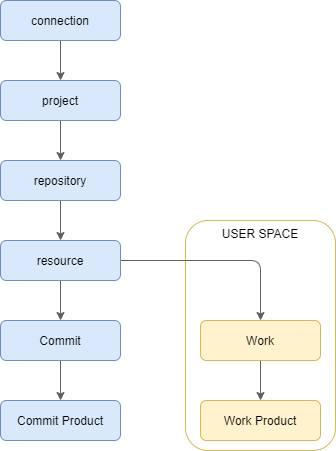
dddjef/pulse keeps this draw.io diagram as docs/pulse_objects.png. Above is the earlier version. Source tidied: cells renumbered, new cells last; positions are measured from the earlier drawing's top-left corner, leaving out a move shared by most shapes. Source of this version:
```xml
<mxGraphModel>
  <root>
    <mxCell id="0" />
    <mxCell id="1" parent="0" />
    <mxCell id="2" value="USER SPACE" style="rounded=1;whiteSpace=wrap;html=1;verticalAlign=top;fillColor=#ffffff;strokeColor=#d6b656;" parent="1" vertex="1">
      <mxGeometry x="185" y="220" width="150" height="230" as="geometry" />
    </mxCell>
    <mxCell id="3" style="edgeStyle=orthogonalEdgeStyle;rounded=1;jettySize=auto;html=1;fillColor=#dae8fc;strokeColor=#606061;" parent="1" edge="1" source="4" target="6">
      <mxGeometry relative="1" as="geometry" />
    </mxCell>
    <mxCell id="4" value="connection" style="rounded=1;whiteSpace=wrap;html=1;fillColor=#dae8fc;strokeColor=#6c8ebf;" parent="1" vertex="1">
      <mxGeometry width="120" height="40" as="geometry" />
    </mxCell>
    <mxCell id="5" style="edgeStyle=orthogonalEdgeStyle;rounded=1;jettySize=auto;html=1;fillColor=#dae8fc;strokeColor=#606061;" parent="1" edge="1" source="6" target="8">
      <mxGeometry relative="1" as="geometry" />
    </mxCell>
    <mxCell id="6" value="project" style="rounded=1;whiteSpace=wrap;html=1;fillColor=#dae8fc;strokeColor=#6c8ebf;" parent="1" vertex="1">
      <mxGeometry y="80" width="120" height="40" as="geometry" />
    </mxCell>
    <mxCell id="7" style="edgeStyle=orthogonalEdgeStyle;rounded=1;jettySize=auto;html=1;fillColor=#dae8fc;strokeColor=#606061;" parent="1" edge="1" source="8" target="11">
      <mxGeometry relative="1" as="geometry" />
    </mxCell>
    <mxCell id="8" value="repository" style="rounded=1;whiteSpace=wrap;html=1;fillColor=#dae8fc;strokeColor=#6c8ebf;" parent="1" vertex="1">
      <mxGeometry y="160" width="120" height="40" as="geometry" />
    </mxCell>
    <mxCell id="9" style="edgeStyle=orthogonalEdgeStyle;rounded=1;jettySize=auto;html=1;fillColor=#dae8fc;strokeColor=#606061;" parent="1" edge="1" source="11" target="13">
      <mxGeometry relative="1" as="geometry" />
    </mxCell>
    <mxCell id="10" style="edgeStyle=orthogonalEdgeStyle;rounded=1;jettySize=auto;html=1;fillColor=#dae8fc;strokeColor=#606061;" parent="1" edge="1" source="11" target="15">
      <mxGeometry relative="1" as="geometry" />
    </mxCell>
    <mxCell id="11" value="resource" style="rounded=1;whiteSpace=wrap;html=1;fillColor=#dae8fc;strokeColor=#6c8ebf;" parent="1" vertex="1">
      <mxGeometry y="240" width="120" height="40" as="geometry" />
    </mxCell>
    <mxCell id="12" style="edgeStyle=orthogonalEdgeStyle;rounded=1;jettySize=auto;html=1;fillColor=#dae8fc;strokeColor=#606061;" parent="1" edge="1" source="13" target="17">
      <mxGeometry relative="1" as="geometry" />
    </mxCell>
    <mxCell id="13" value="Commit" style="rounded=1;whiteSpace=wrap;html=1;fillColor=#dae8fc;strokeColor=#6c8ebf;" parent="1" vertex="1">
      <mxGeometry y="320" width="120" height="40" as="geometry" />
    </mxCell>
    <mxCell id="14" style="edgeStyle=orthogonalEdgeStyle;rounded=1;jettySize=auto;html=1;fillColor=#fff2cc;strokeColor=#606061;" parent="1" edge="1" source="15" target="16">
      <mxGeometry relative="1" as="geometry" />
    </mxCell>
    <mxCell id="15" value="Work" style="rounded=1;whiteSpace=wrap;html=1;fillColor=#fff2cc;strokeColor=#d6b656;" parent="1" vertex="1">
      <mxGeometry x="200" y="320" width="120" height="40" as="geometry" />
    </mxCell>
    <mxCell id="16" value="Work Product" style="rounded=1;whiteSpace=wrap;html=1;fillColor=#fff2cc;strokeColor=#d6b656;" parent="1" vertex="1">
      <mxGeometry x="200" y="400" width="120" height="40" as="geometry" />
    </mxCell>
    <mxCell id="17" value="Commit Product" style="rounded=1;whiteSpace=wrap;html=1;fillColor=#dae8fc;strokeColor=#6c8ebf;" parent="1" vertex="1">
      <mxGeometry y="400" width="120" height="40" as="geometry" />
    </mxCell>
  </root>
</mxGraphModel>
```
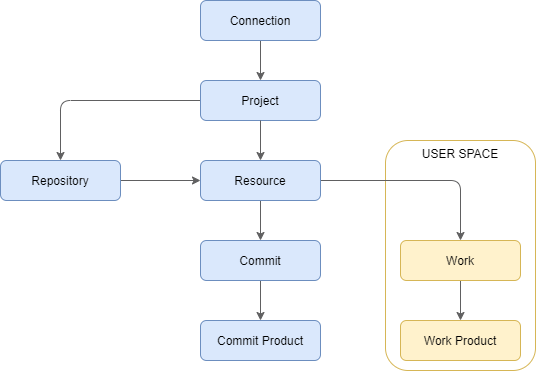
The same diagram one commit later.

The edit, as a diff of the source:
```diff
@@ -8,20 +8,23 @@
     <mxCell id="3" style="edgeStyle=orthogonalEdgeStyle;rounded=1;jettySize=auto;html=1;fillColor=#dae8fc;strokeColor=#606061;" parent="1" edge="1" source="4" target="6">
       <mxGeometry relative="1" as="geometry" />
     </mxCell>
-    <mxCell id="4" value="connection" style="rounded=1;whiteSpace=wrap;html=1;fillColor=#dae8fc;strokeColor=#6c8ebf;" parent="1" vertex="1">
-      <mxGeometry width="120" height="40" as="geometry" />
+    <mxCell id="4" value="Connection" style="rounded=1;whiteSpace=wrap;html=1;fillColor=#dae8fc;strokeColor=#6c8ebf;" parent="1" vertex="1">
+      <mxGeometry y="80" width="120" height="40" as="geometry" />
     </mxCell>
     <mxCell id="5" style="edgeStyle=orthogonalEdgeStyle;rounded=1;jettySize=auto;html=1;fillColor=#dae8fc;strokeColor=#606061;" parent="1" edge="1" source="6" target="8">
       <mxGeometry relative="1" as="geometry" />
     </mxCell>
-    <mxCell id="6" value="project" style="rounded=1;whiteSpace=wrap;html=1;fillColor=#dae8fc;strokeColor=#6c8ebf;" parent="1" vertex="1">
-      <mxGeometry y="80" width="120" height="40" as="geometry" />
+    <mxCell id="6" value="Project" style="rounded=1;whiteSpace=wrap;html=1;fillColor=#dae8fc;strokeColor=#6c8ebf;" parent="1" vertex="1">
+      <mxGeometry y="160" width="120" height="40" as="geometry" />
     </mxCell>
-    <mxCell id="7" style="edgeStyle=orthogonalEdgeStyle;rounded=1;jettySize=auto;html=1;fillColor=#dae8fc;strokeColor=#606061;" parent="1" edge="1" source="8" target="11">
+    <mxCell id="7" style="edgeStyle=orthogonalEdgeStyle;rounded=1;jettySize=auto;html=1;fillColor=#dae8fc;strokeColor=#606061;" parent="1" edge="1" source="6" target="11">
       <mxGeometry relative="1" as="geometry" />
     </mxCell>
+    <mxCell id="18" style="edgeStyle=orthogonalEdgeStyle;rounded=1;jettySize=auto;html=1;strokeColor=#606061;" parent="1" edge="1" source="8" target="11">
+      <mxGeometry relative="1" as="geometry" />
+    </mxCell>
-    <mxCell id="8" value="repository" style="rounded=1;whiteSpace=wrap;html=1;fillColor=#dae8fc;strokeColor=#6c8ebf;" parent="1" vertex="1">
-      <mxGeometry y="160" width="120" height="40" as="geometry" />
+    <mxCell id="8" value="Repository" style="rounded=1;whiteSpace=wrap;html=1;fillColor=#dae8fc;strokeColor=#6c8ebf;" parent="1" vertex="1">
+      <mxGeometry x="-200" y="240" width="120" height="40" as="geometry" />
     </mxCell>
     <mxCell id="9" style="edgeStyle=orthogonalEdgeStyle;rounded=1;jettySize=auto;html=1;fillColor=#dae8fc;strokeColor=#606061;" parent="1" edge="1" source="11" target="13">
       <mxGeometry relative="1" as="geometry" />
@@ -29,7 +32,7 @@
     <mxCell id="10" style="edgeStyle=orthogonalEdgeStyle;rounded=1;jettySize=auto;html=1;fillColor=#dae8fc;strokeColor=#606061;" parent="1" edge="1" source="11" target="15">
       <mxGeometry relative="1" as="geometry" />
     </mxCell>
-    <mxCell id="11" value="resource" style="rounded=1;whiteSpace=wrap;html=1;fillColor=#dae8fc;strokeColor=#6c8ebf;" parent="1" vertex="1">
+    <mxCell id="11" value="Resource" style="rounded=1;whiteSpace=wrap;html=1;fillColor=#dae8fc;strokeColor=#6c8ebf;" parent="1" vertex="1">
       <mxGeometry y="240" width="120" height="40" as="geometry" />
     </mxCell>
     <mxCell id="12" style="edgeStyle=orthogonalEdgeStyle;rounded=1;jettySize=auto;html=1;fillColor=#dae8fc;strokeColor=#606061;" parent="1" edge="1" source="13" target="17">
```
